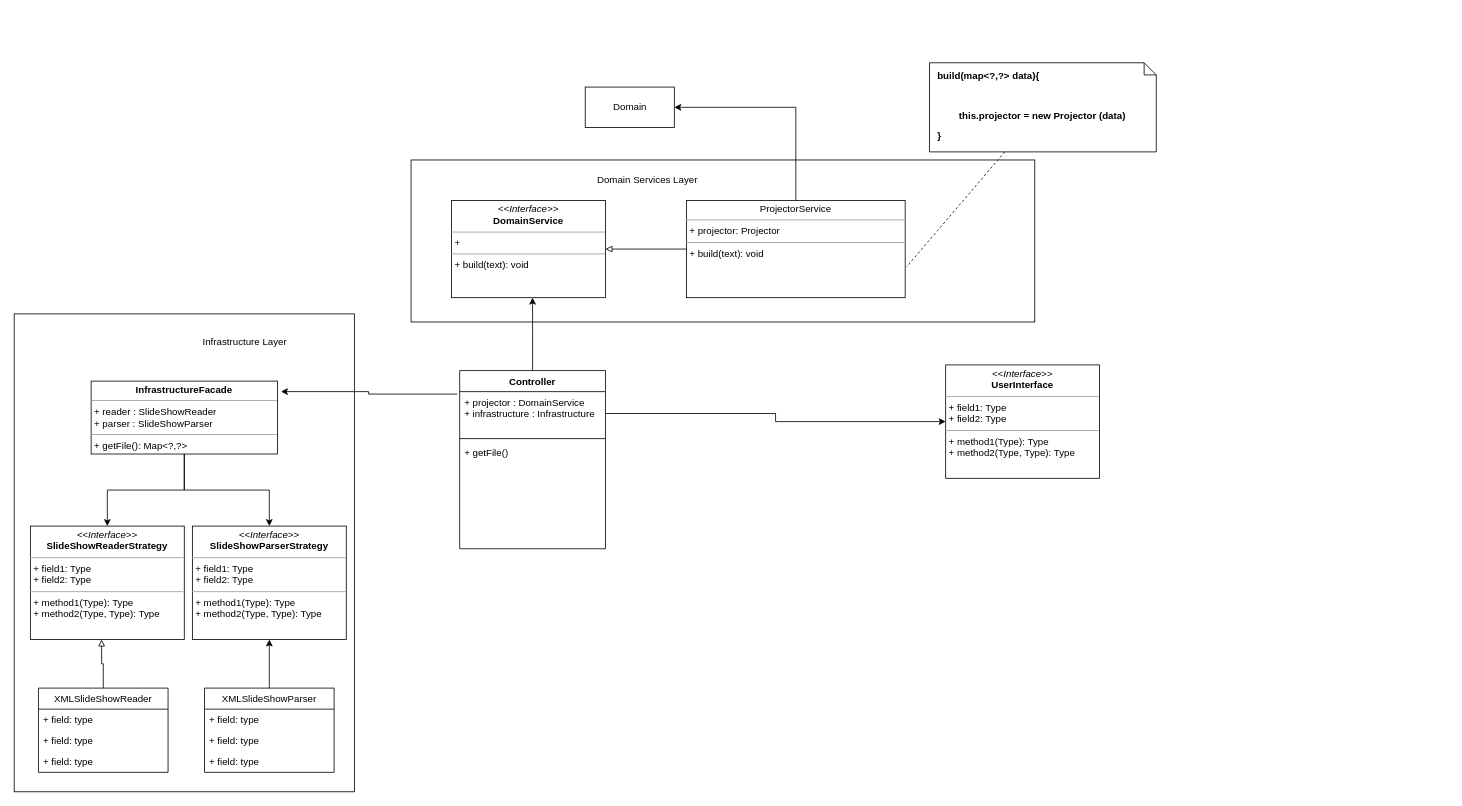
Earlier version of the draw.io diagram Diagrams/LayersDesign.drawio (maartendekker1998/OU_jabberpoint). Source tidied: cells renumbered, new cells numbered last; positions are measured from the earlier drawing's top-left corner, leaving out a move shared by most shapes. Both pictures are drawn from the tidied source at 81%, with x=0, y=0 at pixel (14, 62).
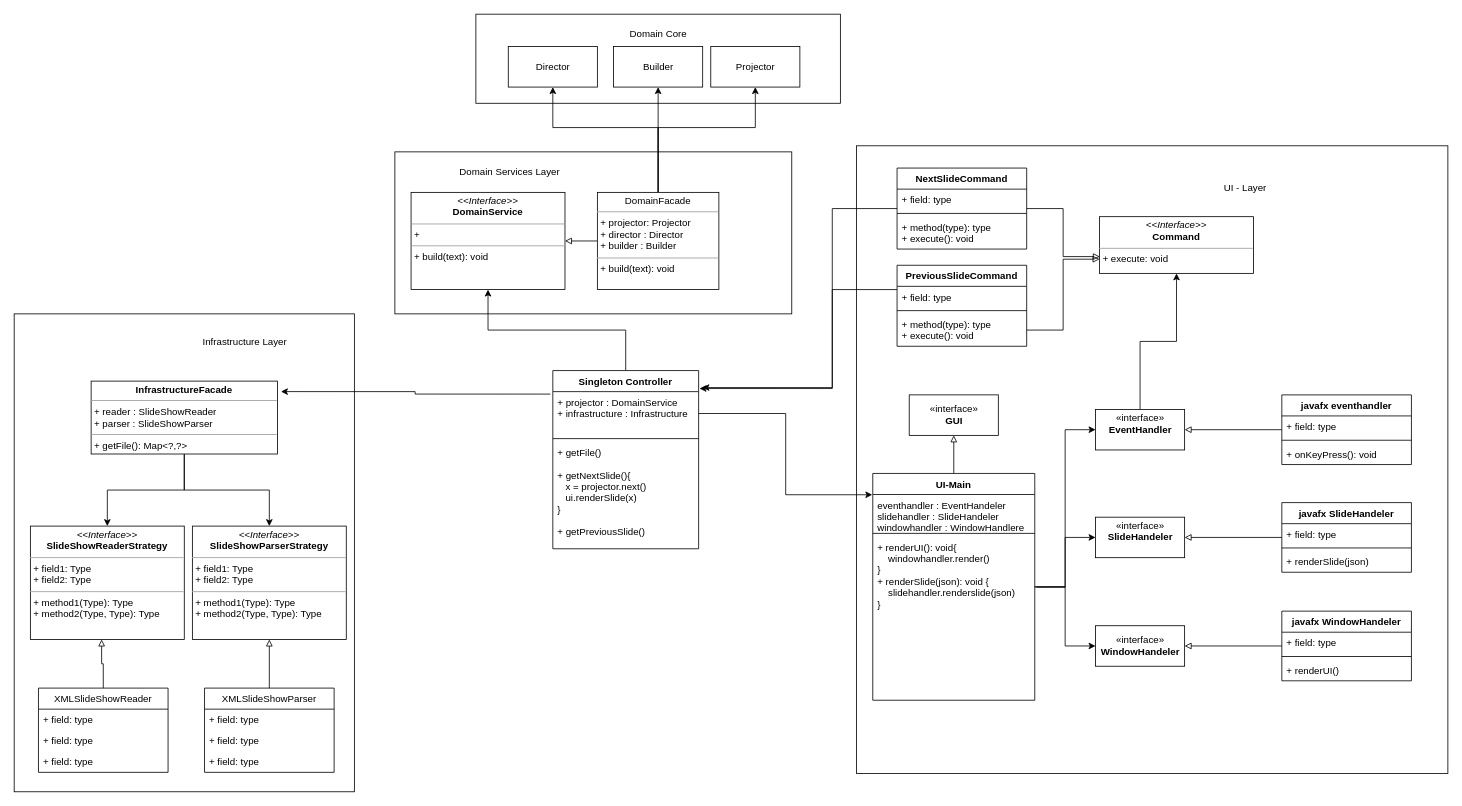
Above is the later version.

Unchanged cells that the change refers to:
```xml
<mxCell id="6" value="+ projector : DomainService&#10;+ infrastructure : Infrastructure" style="text;strokeColor=none;fillColor=none;align=left;verticalAlign=top;spacingLeft=4;spacingRight=4;overflow=hidden;points=[[0,0.5],[1,0.5]];portConstraint=eastwest;" parent="5" vertex="1">
  <mxGeometry y="26" width="180" height="54" as="geometry" />
</mxCell>
<mxCell id="30" value="&lt;p style=&quot;margin:0px;margin-top:4px;text-align:center;&quot;&gt;&lt;i&gt;&amp;lt;&amp;lt;Interface&amp;gt;&amp;gt;&lt;/i&gt;&lt;br&gt;&lt;b&gt;SlideShowParserStrategy&lt;/b&gt;&lt;/p&gt;&lt;hr size=&quot;1&quot;&gt;&lt;p style=&quot;margin:0px;margin-left:4px;&quot;&gt;+ field1: Type&lt;br&gt;+ field2: Type&lt;/p&gt;&lt;hr size=&quot;1&quot;&gt;&lt;p style=&quot;margin:0px;margin-left:4px;&quot;&gt;+ method1(Type): Type&lt;br&gt;+ method2(Type, Type): Type&lt;/p&gt;" style="verticalAlign=top;align=left;overflow=fill;fontSize=12;fontFamily=Helvetica;html=1;" parent="1" vertex="1">
  <mxGeometry x="220" y="572" width="190" height="140" as="geometry" />
</mxCell>
<mxCell id="32" value="XMLSlideShowParser" style="swimlane;fontStyle=0;horizontal=1;startSize=26;fillColor=none;" parent="1" vertex="1">
  <mxGeometry x="235" y="772" width="160" height="104" as="geometry" />
</mxCell>
```

What changed in the source:
```diff
@@
+    <mxCell id="36" style="rounded=0;whiteSpace=wrap;html=1;" parent="1" vertex="1">
+      <mxGeometry x="1040" y="102.5" width="730" height="775" as="geometry" />
+    </mxCell>
+    <mxCell id="37" style="rounded=0;whiteSpace=wrap;html=1;" parent="1" vertex="1">
+      <mxGeometry x="570" y="-60" width="450" height="110" as="geometry" />
+    </mxCell>
     <mxCell id="2" style="rounded=0;whiteSpace=wrap;html=1;" parent="1" vertex="1">
-      <mxGeometry x="490" y="120" width="770" height="200" as="geometry" />
+      <mxGeometry x="470" y="110" width="490" height="200" as="geometry" />
     </mxCell>
@@
-    <mxCell id="4" style="edgeStyle=orthogonalEdgeStyle;rounded=0;jettySize=auto;html=1;endArrow=classic;endFill=1;" parent="1" edge="1" source="5">
-      <mxGeometry relative="1" as="geometry">
-        <mxPoint x="640" y="290" as="targetPoint" />
-      </mxGeometry>
+    <mxCell id="4" style="edgeStyle=orthogonalEdgeStyle;rounded=0;jettySize=auto;html=1;endArrow=classic;endFill=1;entryX=0.5;entryY=1;entryDx=0;entryDy=0;" parent="1" edge="1" source="5" target="24">
+      <mxGeometry relative="1" as="geometry" />
     </mxCell>
-    <mxCell id="5" value="Controller" style="swimlane;fontStyle=1;align=center;verticalAlign=top;horizontal=1;startSize=26;" parent="1" vertex="1">
-      <mxGeometry x="550" y="380" width="180" height="220" as="geometry" />
+    <mxCell id="5" value="Singleton Controller" style="swimlane;fontStyle=1;align=center;verticalAlign=top;horizontal=1;startSize=26;" parent="1" vertex="1">
+      <mxGeometry x="665" y="380" width="180" height="220" as="geometry" />
     </mxCell>
@@
-    <mxCell id="8" value="+ getFile()&#10;" style="text;strokeColor=none;fillColor=none;align=left;verticalAlign=top;spacingLeft=4;spacingRight=4;overflow=hidden;" parent="5" vertex="1">
+    <mxCell id="8" value="+ getFile()&#10;&#10;+ getNextSlide(){&#10;   x = projector.next()&#10;   ui.renderSlide(x)&#10;}&#10;&#10;+ getPreviousSlide()" style="text;strokeColor=none;fillColor=none;align=left;verticalAlign=top;spacingLeft=4;spacingRight=4;overflow=hidden;" parent="5" vertex="1">
       <mxGeometry y="88" width="180" height="132" as="geometry" />
     </mxCell>
@@
-    <mxCell id="19" value="&lt;p style=&quot;margin:0px;margin-top:4px;text-align:center;&quot;&gt;&lt;i&gt;&amp;lt;&amp;lt;Interface&amp;gt;&amp;gt;&lt;/i&gt;&lt;br&gt;&lt;b&gt;UserInterface&lt;/b&gt;&lt;/p&gt;&lt;hr size=&quot;1&quot;&gt;&lt;p style=&quot;margin:0px;margin-left:4px;&quot;&gt;+ field1: Type&lt;br&gt;+ field2: Type&lt;/p&gt;&lt;hr size=&quot;1&quot;&gt;&lt;p style=&quot;margin:0px;margin-left:4px;&quot;&gt;+ method1(Type): Type&lt;br&gt;+ method2(Type, Type): Type&lt;/p&gt;" style="verticalAlign=top;align=left;overflow=fill;fontSize=12;fontFamily=Helvetica;html=1;" parent="1" vertex="1">
-      <mxGeometry x="1150" y="373" width="190" height="140" as="geometry" />
-    </mxCell>
@@
-    <mxCell id="22" style="edgeStyle=orthogonalEdgeStyle;rounded=0;jettySize=auto;html=1;entryX=1;entryY=0.5;entryDx=0;entryDy=0;endArrow=classic;endFill=1;exitX=0.5;exitY=0;exitDx=0;exitDy=0;" parent="1" edge="1" source="23" target="26">
-      <mxGeometry relative="1" as="geometry" />
+    <mxCell id="22" style="edgeStyle=orthogonalEdgeStyle;rounded=0;jettySize=auto;html=1;entryX=0.5;entryY=1;entryDx=0;entryDy=0;endArrow=classic;endFill=1;exitX=0.5;exitY=0;exitDx=0;exitDy=0;" parent="1" edge="1" source="23" target="26">
+      <mxGeometry relative="1" as="geometry">
+        <Array as="points">
+          <mxPoint x="795" y="80" />
+          <mxPoint x="915" y="80" />
+        </Array>
+      </mxGeometry>
     </mxCell>
+    <mxCell id="38" style="edgeStyle=orthogonalEdgeStyle;rounded=0;jettySize=auto;html=1;entryX=0.5;entryY=1;entryDx=0;entryDy=0;" parent="1" edge="1" source="23" target="40">
+      <mxGeometry relative="1" as="geometry" />
+    </mxCell>
+    <mxCell id="39" style="edgeStyle=orthogonalEdgeStyle;rounded=0;jettySize=auto;html=1;" parent="1" edge="1" source="23" target="41">
+      <mxGeometry relative="1" as="geometry">
+        <Array as="points">
+          <mxPoint x="795" y="80" />
+          <mxPoint x="665" y="80" />
+        </Array>
+      </mxGeometry>
+    </mxCell>
-    <mxCell id="23" value="&lt;p style=&quot;margin:0px;margin-top:4px;text-align:center;&quot;&gt;ProjectorService&lt;/p&gt;&lt;hr size=&quot;1&quot;&gt;&lt;p style=&quot;margin:0px;margin-left:4px;&quot;&gt;+ projector: Projector&lt;/p&gt;&lt;hr size=&quot;1&quot;&gt;&lt;p style=&quot;margin:0px;margin-left:4px;&quot;&gt;+ build(text): void&lt;/p&gt;" style="verticalAlign=top;align=left;overflow=fill;fontSize=12;fontFamily=Helvetica;html=1;" parent="1" vertex="1">
-      <mxGeometry x="830" y="170" width="270" height="120" as="geometry" />
+    <mxCell id="23" value="&lt;p style=&quot;margin:0px;margin-top:4px;text-align:center;&quot;&gt;DomainFacade&lt;/p&gt;&lt;hr size=&quot;1&quot;&gt;&lt;p style=&quot;margin:0px;margin-left:4px;&quot;&gt;+ projector: Projector&lt;/p&gt;&lt;p style=&quot;margin:0px;margin-left:4px;&quot;&gt;+ director : Director&lt;/p&gt;&lt;p style=&quot;margin:0px;margin-left:4px;&quot;&gt;+ builder : Builder&lt;/p&gt;&lt;hr size=&quot;1&quot;&gt;&lt;p style=&quot;margin:0px;margin-left:4px;&quot;&gt;+ build(text): void&lt;/p&gt;" style="verticalAlign=top;align=left;overflow=fill;fontSize=12;fontFamily=Helvetica;html=1;" parent="1" vertex="1">
+      <mxGeometry x="720" y="160" width="150" height="120" as="geometry" />
     </mxCell>
     <mxCell id="24" value="&lt;p style=&quot;margin:0px;margin-top:4px;text-align:center;&quot;&gt;&lt;i&gt;&amp;lt;&amp;lt;Interface&amp;gt;&amp;gt;&lt;/i&gt;&lt;br&gt;&lt;b&gt;DomainService&lt;/b&gt;&lt;/p&gt;&lt;hr size=&quot;1&quot;&gt;&lt;p style=&quot;margin:0px;margin-left:4px;&quot;&gt;+&amp;nbsp;&lt;/p&gt;&lt;hr size=&quot;1&quot;&gt;&lt;p style=&quot;margin:0px;margin-left:4px;&quot;&gt;+ build(text): void&lt;br&gt;&lt;br&gt;&lt;/p&gt;" style="verticalAlign=top;align=left;overflow=fill;fontSize=12;fontFamily=Helvetica;html=1;" parent="1" vertex="1">
-      <mxGeometry x="540" y="170" width="190" height="120" as="geometry" />
+      <mxGeometry x="490" y="160" width="190" height="120" as="geometry" />
     </mxCell>
     <mxCell id="25" value="Domain Services Layer" style="text;html=1;strokeColor=none;fillColor=none;align=center;verticalAlign=middle;whiteSpace=wrap;rounded=0;" parent="1" vertex="1">
-      <mxGeometry x="697" y="130" width="170" height="30" as="geometry" />
+      <mxGeometry x="527" y="120" width="170" height="30" as="geometry" />
     </mxCell>
-    <mxCell id="26" value="Domain&lt;br&gt;" style="html=1;" parent="1" vertex="1">
-      <mxGeometry x="705" y="30" width="110" height="50" as="geometry" />
+    <mxCell id="26" value="Projector" style="html=1;" parent="1" vertex="1">
+      <mxGeometry x="860" y="-20" width="110" height="50" as="geometry" />
     </mxCell>
-    <mxCell id="27" style="edgeStyle=orthogonalEdgeStyle;rounded=0;jettySize=auto;html=1;entryX=0;entryY=0.5;entryDx=0;entryDy=0;endArrow=classic;endFill=1;" parent="1" edge="1" source="6" target="19">
-      <mxGeometry relative="1" as="geometry" />
-    </mxCell>
-    <mxCell id="28" value="&lt;p style=&quot;margin:0px;margin-top:10px;margin-left:10px;text-align:left;&quot;&gt;&lt;b&gt;build(map&amp;lt;?,?&amp;gt; data){&lt;/b&gt;&lt;/p&gt;&lt;p style=&quot;margin:0px;margin-top:10px;margin-left:10px;text-align:left;&quot;&gt;&lt;span style=&quot;white-space: pre;&quot;&gt;&#9;&lt;/span&gt;&lt;br&gt;&lt;/p&gt;&lt;p style=&quot;margin:0px;margin-top:10px;margin-left:10px;text-align:left;&quot;&gt;&lt;b&gt;&lt;span style=&quot;white-space: pre;&quot;&gt;&#9;&lt;/span&gt;this.projector = new Projector (data)&lt;br&gt;&lt;/b&gt;&lt;/p&gt;&lt;p style=&quot;margin:0px;margin-top:10px;margin-left:10px;text-align:left;&quot;&gt;&lt;b&gt;}&lt;/b&gt;&lt;/p&gt;" style="shape=note;size=15;spacingLeft=5;html=1;overflow=fill;whiteSpace=wrap;" parent="1" vertex="1">
-      <mxGeometry x="1130" width="280" height="110" as="geometry" />
-    </mxCell>
-    <mxCell id="29" style="rounded=0;endArrow=none;dashed=1;html=1;entryX=1.006;entryY=0.684;entryDx=0;entryDy=0;entryPerimeter=0;" parent="1" edge="1" source="28" target="23">
-      <mxGeometry relative="1" as="geometry" />
-    </mxCell>
@@
-    <mxCell id="31" style="edgeStyle=orthogonalEdgeStyle;rounded=0;jettySize=auto;html=1;entryX=0.5;entryY=1;entryDx=0;entryDy=0;endArrow=classic;endFill=1;" parent="1" edge="1" source="32" target="30">
+    <mxCell id="31" style="edgeStyle=orthogonalEdgeStyle;rounded=0;jettySize=auto;html=1;entryX=0.5;entryY=1;entryDx=0;entryDy=0;endArrow=block;endFill=0;" parent="1" edge="1" source="32" target="30">
       <mxGeometry relative="1" as="geometry" />
     </mxCell>
@@
+    <mxCell id="40" value="Builder" style="html=1;" parent="1" vertex="1">
+      <mxGeometry x="740" y="-20" width="110" height="50" as="geometry" />
+    </mxCell>
+    <mxCell id="41" value="Director" style="html=1;" parent="1" vertex="1">
+      <mxGeometry x="610" y="-20" width="110" height="50" as="geometry" />
+    </mxCell>
+    <mxCell id="42" value="Domain Core" style="text;html=1;strokeColor=none;fillColor=none;align=center;verticalAlign=middle;whiteSpace=wrap;rounded=0;" parent="1" vertex="1">
+      <mxGeometry x="747.5" y="-50" width="95" height="30" as="geometry" />
+    </mxCell>
+    <mxCell id="43" style="edgeStyle=orthogonalEdgeStyle;rounded=0;jettySize=auto;html=1;entryX=0.5;entryY=1;entryDx=0;entryDy=0;endArrow=block;endFill=0;" parent="1" edge="1" source="46" target="50">
+      <mxGeometry relative="1" as="geometry" />
+    </mxCell>
+    <mxCell id="44" style="edgeStyle=orthogonalEdgeStyle;rounded=0;jettySize=auto;html=1;entryX=0;entryY=0.5;entryDx=0;entryDy=0;startArrow=none;startFill=0;endArrow=classic;endFill=1;" parent="1" edge="1" source="46" target="72">
+      <mxGeometry relative="1" as="geometry" />
+    </mxCell>
+    <mxCell id="45" style="edgeStyle=orthogonalEdgeStyle;rounded=0;jettySize=auto;html=1;entryX=0;entryY=0.5;entryDx=0;entryDy=0;startArrow=none;startFill=0;endArrow=classic;endFill=1;" parent="1" edge="1" source="46" target="78">
+      <mxGeometry relative="1" as="geometry" />
+    </mxCell>
+    <mxCell id="46" value="UI-Main" style="swimlane;fontStyle=1;align=center;verticalAlign=top;horizontal=1;startSize=26;" parent="1" vertex="1">
+      <mxGeometry x="1060" y="507" width="200" height="280" as="geometry" />
+    </mxCell>
+    <mxCell id="47" value="eventhandler : EventHandeler&#10;slidehandler : SlideHandeler&#10;windowhandler : WindowHandlere" style="text;strokeColor=none;fillColor=none;align=left;verticalAlign=top;spacingLeft=4;spacingRight=4;overflow=hidden;" parent="46" vertex="1">
+      <mxGeometry y="26" width="200" height="44" as="geometry" />
+    </mxCell>
+    <mxCell id="48" style="line;strokeWidth=1;fillColor=none;align=left;verticalAlign=middle;spacingTop=-1;spacingLeft=3;spacingRight=3;labelPosition=right;strokeColor=inherit;" parent="46" vertex="1">
+      <mxGeometry y="70" width="200" height="8" as="geometry" />
+    </mxCell>
+    <mxCell id="49" value="+ renderUI(): void{&#10;    windowhandler.render()&#10;}&#10;+ renderSlide(json): void {&#10;    slidehandler.renderslide(json)&#10;}" style="text;strokeColor=none;fillColor=none;align=left;verticalAlign=top;spacingLeft=4;spacingRight=4;overflow=hidden;points=[[0,0.5],[1,0.5]];portConstraint=eastwest;" parent="46" vertex="1">
+      <mxGeometry y="78" width="200" height="202" as="geometry" />
+    </mxCell>
+    <mxCell id="50" value="«interface»&lt;br&gt;&lt;b&gt;GUI&lt;/b&gt;" style="html=1;" parent="1" vertex="1">
+      <mxGeometry x="1105" y="410" width="110" height="50" as="geometry" />
+    </mxCell>
+    <mxCell id="51" style="edgeStyle=orthogonalEdgeStyle;rounded=0;jettySize=auto;html=1;entryX=0.5;entryY=1;entryDx=0;entryDy=0;endArrow=classic;endFill=1;exitX=0.5;exitY=0;exitDx=0;exitDy=0;" parent="1" edge="1" source="70" target="57">
+      <mxGeometry relative="1" as="geometry" />
+    </mxCell>
+    <mxCell id="52" style="edgeStyle=orthogonalEdgeStyle;rounded=0;jettySize=auto;html=1;entryX=1;entryY=0.5;entryDx=0;entryDy=0;startArrow=none;startFill=0;endArrow=block;endFill=0;" parent="1" edge="1" source="53" target="70">
+      <mxGeometry relative="1" as="geometry" />
+    </mxCell>
+    <mxCell id="53" value="javafx eventhandler" style="swimlane;fontStyle=1;align=center;verticalAlign=top;horizontal=1;startSize=26;" parent="1" vertex="1">
+      <mxGeometry x="1565" y="410" width="160" height="86" as="geometry" />
+    </mxCell>
+    <mxCell id="54" value="+ field: type" style="text;strokeColor=none;fillColor=none;align=left;verticalAlign=top;spacingLeft=4;spacingRight=4;overflow=hidden;" parent="53" vertex="1">
+      <mxGeometry y="26" width="160" height="26" as="geometry" />
+    </mxCell>
+    <mxCell id="55" style="line;strokeWidth=1;fillColor=none;align=left;verticalAlign=middle;spacingTop=-1;spacingLeft=3;spacingRight=3;labelPosition=right;strokeColor=inherit;" parent="53" vertex="1">
+      <mxGeometry y="52" width="160" height="8" as="geometry" />
+    </mxCell>
+    <mxCell id="56" value="+ onKeyPress(): void" style="text;strokeColor=none;fillColor=none;align=left;verticalAlign=top;spacingLeft=4;spacingRight=4;overflow=hidden;" parent="53" vertex="1">
+      <mxGeometry y="60" width="160" height="26" as="geometry" />
+    </mxCell>
+    <mxCell id="57" value="&lt;p style=&quot;margin:0px;margin-top:4px;text-align:center;&quot;&gt;&lt;i&gt;&amp;lt;&amp;lt;Interface&amp;gt;&amp;gt;&lt;/i&gt;&lt;br&gt;&lt;b&gt;Command&lt;/b&gt;&lt;/p&gt;&lt;hr size=&quot;1&quot;&gt;&lt;p style=&quot;margin:0px;margin-left:4px;&quot;&gt;&lt;/p&gt;&lt;p style=&quot;margin:0px;margin-left:4px;&quot;&gt;+ execute: void&lt;/p&gt;" style="verticalAlign=top;align=left;overflow=fill;fontSize=12;fontFamily=Helvetica;html=1;" parent="1" vertex="1">
+      <mxGeometry x="1340" y="190" width="190" height="70" as="geometry" />
+    </mxCell>
+    <mxCell id="58" style="edgeStyle=orthogonalEdgeStyle;rounded=0;jettySize=auto;html=1;entryX=0.002;entryY=0.704;entryDx=0;entryDy=0;entryPerimeter=0;endArrow=block;endFill=0;" parent="1" edge="1" source="60" target="57">
+      <mxGeometry relative="1" as="geometry" />
+    </mxCell>
+    <mxCell id="59" style="edgeStyle=orthogonalEdgeStyle;rounded=0;jettySize=auto;html=1;startArrow=none;startFill=0;endArrow=classic;endFill=1;entryX=1.006;entryY=-0.071;entryDx=0;entryDy=0;entryPerimeter=0;" parent="1" edge="1" source="60" target="6">
+      <mxGeometry relative="1" as="geometry">
+        <Array as="points">
+          <mxPoint x="1010" y="180" />
+          <mxPoint x="1010" y="402" />
+        </Array>
+      </mxGeometry>
+    </mxCell>
+    <mxCell id="60" value="NextSlideCommand" style="swimlane;fontStyle=1;align=center;verticalAlign=top;horizontal=1;startSize=26;" parent="1" vertex="1">
+      <mxGeometry x="1090" y="130" width="160" height="100" as="geometry" />
+    </mxCell>
+    <mxCell id="61" value="+ field: type" style="text;strokeColor=none;fillColor=none;align=left;verticalAlign=top;spacingLeft=4;spacingRight=4;overflow=hidden;" parent="60" vertex="1">
+      <mxGeometry y="26" width="160" height="26" as="geometry" />
+    </mxCell>
+    <mxCell id="62" style="line;strokeWidth=1;fillColor=none;align=left;verticalAlign=middle;spacingTop=-1;spacingLeft=3;spacingRight=3;labelPosition=right;strokeColor=inherit;" parent="60" vertex="1">
+      <mxGeometry y="52" width="160" height="8" as="geometry" />
+    </mxCell>
+    <mxCell id="63" value="+ method(type): type&#10;+ execute(): void" style="text;strokeColor=none;fillColor=none;align=left;verticalAlign=top;spacingLeft=4;spacingRight=4;overflow=hidden;" parent="60" vertex="1">
+      <mxGeometry y="60" width="160" height="40" as="geometry" />
+    </mxCell>
+    <mxCell id="64" style="edgeStyle=orthogonalEdgeStyle;rounded=0;jettySize=auto;html=1;entryX=-0.003;entryY=0.094;entryDx=0;entryDy=0;entryPerimeter=0;startArrow=none;startFill=0;endArrow=classic;endFill=1;" parent="1" edge="1" source="6" target="46">
+      <mxGeometry relative="1" as="geometry" />
+    </mxCell>
+    <mxCell id="65" style="edgeStyle=orthogonalEdgeStyle;rounded=0;jettySize=auto;html=1;startArrow=none;startFill=0;endArrow=block;endFill=0;" parent="1" edge="1" source="66" target="72">
+      <mxGeometry relative="1" as="geometry" />
+    </mxCell>
+    <mxCell id="66" value="javafx SlideHandeler" style="swimlane;fontStyle=1;align=center;verticalAlign=top;horizontal=1;startSize=26;" parent="1" vertex="1">
+      <mxGeometry x="1565" y="543" width="160" height="86" as="geometry" />
+    </mxCell>
+    <mxCell id="67" value="+ field: type" style="text;strokeColor=none;fillColor=none;align=left;verticalAlign=top;spacingLeft=4;spacingRight=4;overflow=hidden;" parent="66" vertex="1">
+      <mxGeometry y="26" width="160" height="26" as="geometry" />
+    </mxCell>
+    <mxCell id="68" style="line;strokeWidth=1;fillColor=none;align=left;verticalAlign=middle;spacingTop=-1;spacingLeft=3;spacingRight=3;labelPosition=right;strokeColor=inherit;" parent="66" vertex="1">
+      <mxGeometry y="52" width="160" height="8" as="geometry" />
+    </mxCell>
+    <mxCell id="69" value="+ renderSlide(json)" style="text;strokeColor=none;fillColor=none;align=left;verticalAlign=top;spacingLeft=4;spacingRight=4;overflow=hidden;" parent="66" vertex="1">
+      <mxGeometry y="60" width="160" height="26" as="geometry" />
+    </mxCell>
+    <mxCell id="70" value="«interface»&lt;br&gt;&lt;b&gt;EventHandler&lt;br&gt;&lt;br&gt;&lt;/b&gt;" style="html=1;" parent="1" vertex="1">
+      <mxGeometry x="1335" y="428" width="110" height="50" as="geometry" />
+    </mxCell>
+    <mxCell id="71" style="edgeStyle=orthogonalEdgeStyle;rounded=0;jettySize=auto;html=1;entryX=0;entryY=0.5;entryDx=0;entryDy=0;startArrow=none;startFill=0;endArrow=classic;endFill=1;exitX=1.011;exitY=0.309;exitDx=0;exitDy=0;exitPerimeter=0;" parent="1" edge="1" source="49" target="70">
+      <mxGeometry relative="1" as="geometry" />
+    </mxCell>
+    <mxCell id="72" value="«interface»&lt;br&gt;&lt;b&gt;SlideHandeler&lt;br&gt;&lt;br&gt;&lt;/b&gt;" style="html=1;" parent="1" vertex="1">
+      <mxGeometry x="1335" y="561" width="110" height="50" as="geometry" />
+    </mxCell>
+    <mxCell id="73" style="edgeStyle=orthogonalEdgeStyle;rounded=0;jettySize=auto;html=1;startArrow=none;startFill=0;endArrow=block;endFill=0;" parent="1" edge="1" source="74" target="78">
+      <mxGeometry relative="1" as="geometry" />
+    </mxCell>
+    <mxCell id="74" value="javafx WindowHandeler" style="swimlane;fontStyle=1;align=center;verticalAlign=top;horizontal=1;startSize=26;" parent="1" vertex="1">
+      <mxGeometry x="1565" y="677" width="160" height="86" as="geometry" />
+    </mxCell>
+    <mxCell id="75" value="+ field: type" style="text;strokeColor=none;fillColor=none;align=left;verticalAlign=top;spacingLeft=4;spacingRight=4;overflow=hidden;" parent="74" vertex="1">
+      <mxGeometry y="26" width="160" height="26" as="geometry" />
+    </mxCell>
+    <mxCell id="76" style="line;strokeWidth=1;fillColor=none;align=left;verticalAlign=middle;spacingTop=-1;spacingLeft=3;spacingRight=3;labelPosition=right;strokeColor=inherit;" parent="74" vertex="1">
+      <mxGeometry y="52" width="160" height="8" as="geometry" />
+    </mxCell>
+    <mxCell id="77" value="+ renderUI()" style="text;strokeColor=none;fillColor=none;align=left;verticalAlign=top;spacingLeft=4;spacingRight=4;overflow=hidden;" parent="74" vertex="1">
+      <mxGeometry y="60" width="160" height="26" as="geometry" />
+    </mxCell>
+    <mxCell id="78" value="«interface»&lt;br&gt;&lt;b&gt;WindowHandeler&lt;br&gt;&lt;/b&gt;" style="html=1;" parent="1" vertex="1">
+      <mxGeometry x="1335" y="695" width="110" height="50" as="geometry" />
+    </mxCell>
+    <mxCell id="79" style="edgeStyle=orthogonalEdgeStyle;rounded=0;jettySize=auto;html=1;entryX=1.026;entryY=-0.093;entryDx=0;entryDy=0;entryPerimeter=0;startArrow=none;startFill=0;endArrow=classic;endFill=1;" parent="1" edge="1" source="80" target="6">
+      <mxGeometry relative="1" as="geometry">
+        <Array as="points">
+          <mxPoint x="1010" y="280" />
+          <mxPoint x="1010" y="401" />
+        </Array>
+      </mxGeometry>
+    </mxCell>
+    <mxCell id="80" value="PreviousSlideCommand" style="swimlane;fontStyle=1;align=center;verticalAlign=top;horizontal=1;startSize=26;" parent="1" vertex="1">
+      <mxGeometry x="1090" y="250" width="160" height="100" as="geometry" />
+    </mxCell>
+    <mxCell id="81" value="+ field: type" style="text;strokeColor=none;fillColor=none;align=left;verticalAlign=top;spacingLeft=4;spacingRight=4;overflow=hidden;" parent="80" vertex="1">
+      <mxGeometry y="26" width="160" height="26" as="geometry" />
+    </mxCell>
+    <mxCell id="82" style="line;strokeWidth=1;fillColor=none;align=left;verticalAlign=middle;spacingTop=-1;spacingLeft=3;spacingRight=3;labelPosition=right;strokeColor=inherit;" parent="80" vertex="1">
+      <mxGeometry y="52" width="160" height="8" as="geometry" />
+    </mxCell>
+    <mxCell id="83" value="+ method(type): type&#10;+ execute(): void" style="text;strokeColor=none;fillColor=none;align=left;verticalAlign=top;spacingLeft=4;spacingRight=4;overflow=hidden;points=[[0,0.5],[1,0.5]];portConstraint=eastwest;" parent="80" vertex="1">
+      <mxGeometry y="60" width="160" height="40" as="geometry" />
+    </mxCell>
+    <mxCell id="84" style="edgeStyle=orthogonalEdgeStyle;rounded=0;jettySize=auto;html=1;entryX=0;entryY=0.75;entryDx=0;entryDy=0;startArrow=none;startFill=0;endArrow=block;endFill=0;" parent="1" edge="1" source="83" target="57">
+      <mxGeometry relative="1" as="geometry" />
+    </mxCell>
+    <mxCell id="85" value="UI - Layer" style="text;html=1;strokeColor=none;fillColor=none;align=center;verticalAlign=middle;whiteSpace=wrap;rounded=0;" parent="1" vertex="1">
+      <mxGeometry x="1490" y="140" width="60" height="30" as="geometry" />
+    </mxCell>
```
